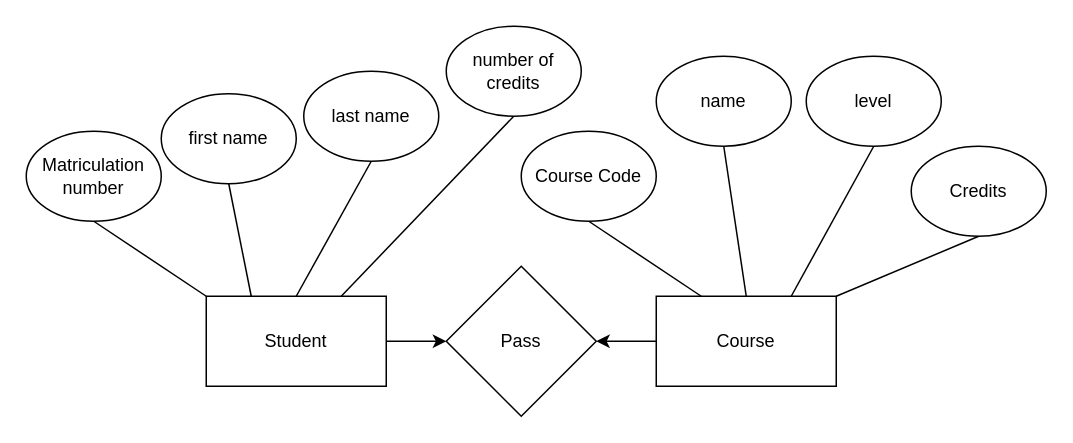
Earlier version of the draw.io diagram Lab3_q1.drawio (valr337/odinproject). Source tidied: cells renumbered, new cells numbered last; positions are measured from the earlier drawing's top-left corner, leaving out a move shared by most shapes. Both pictures are drawn from the tidied source at 150%, with x=0, y=0 at pixel (26, 26).
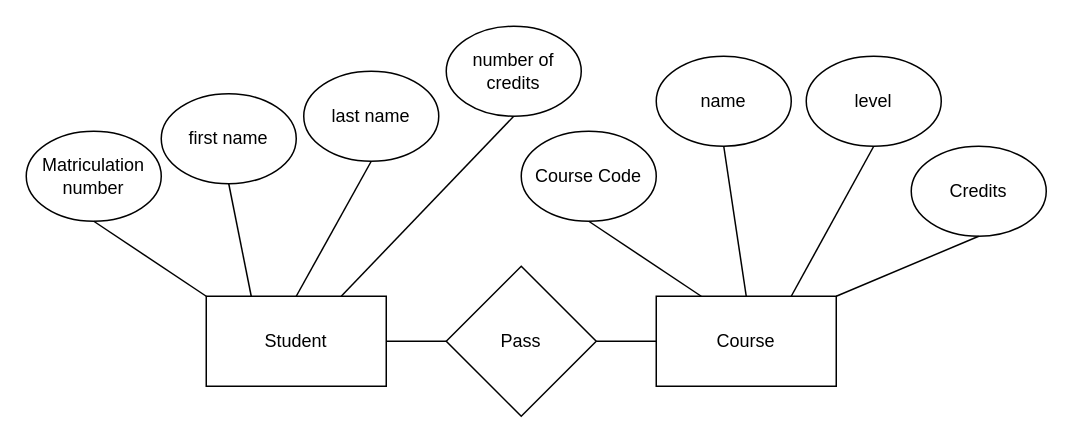
Above is the later version.

The change refers to these unchanged cells:
```xml
<mxCell id="3" value="Student" style="rounded=0;whiteSpace=wrap;html=1;" parent="1" vertex="1">
  <mxGeometry x="120" y="180" width="120" height="60" as="geometry" />
</mxCell>
<mxCell id="5" value="Course" style="rounded=0;whiteSpace=wrap;html=1;" parent="1" vertex="1">
  <mxGeometry x="420" y="180" width="120" height="60" as="geometry" />
</mxCell>
<mxCell id="6" value="Pass" style="rhombus;whiteSpace=wrap;html=1;" parent="1" vertex="1">
  <mxGeometry x="280" y="160" width="100" height="100" as="geometry" />
</mxCell>
```

What changed in the source:
```diff
@@
-    <mxCell id="2" style="edgeStyle=orthogonalEdgeStyle;rounded=0;jettySize=auto;html=1;entryX=0;entryY=0.5;entryDx=0;entryDy=0;" parent="1" edge="1" source="3" target="6">
-      <mxGeometry relative="1" as="geometry" />
-    </mxCell>
@@
-    <mxCell id="4" style="edgeStyle=orthogonalEdgeStyle;rounded=0;jettySize=auto;html=1;entryX=1;entryY=0.5;entryDx=0;entryDy=0;" parent="1" edge="1" source="5" target="6">
-      <mxGeometry relative="1" as="geometry" />
-    </mxCell>
@@
+    <mxCell id="2" style="endArrow=none;html=1;rounded=0;exitX=1;exitY=0.5;exitDx=0;exitDy=0;entryX=0;entryY=0.5;entryDx=0;entryDy=0;" parent="1" edge="1" source="3" target="6">
+      <mxGeometry relative="1" as="geometry" />
+    </mxCell>
+    <mxCell id="23" style="endArrow=none;html=1;rounded=0;exitX=1;exitY=0.5;exitDx=0;exitDy=0;entryX=0;entryY=0.5;entryDx=0;entryDy=0;" parent="1" edge="1" source="6" target="5">
+      <mxGeometry relative="1" as="geometry" />
+    </mxCell>
```
